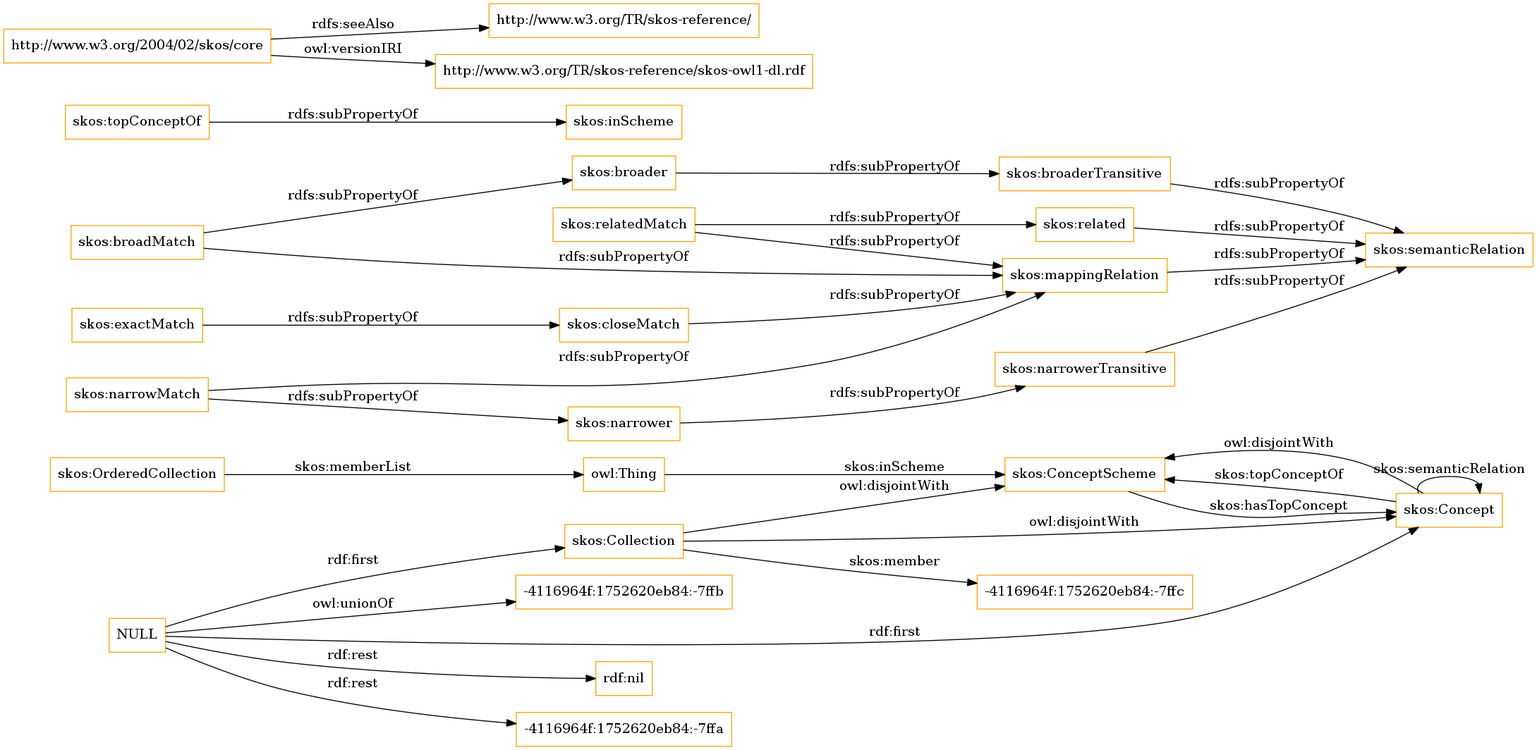
Before: OnToology/imports/skos.owl/diagrams/ar2dtool-class/skos.owl.png, a diagram exported from Graphviz (OnToologyUser/core-ontology-1). Its source is kept beside it as OnToology/imports/skos.owl/diagrams/ar2dtool-class/skos.owl.png.dot.
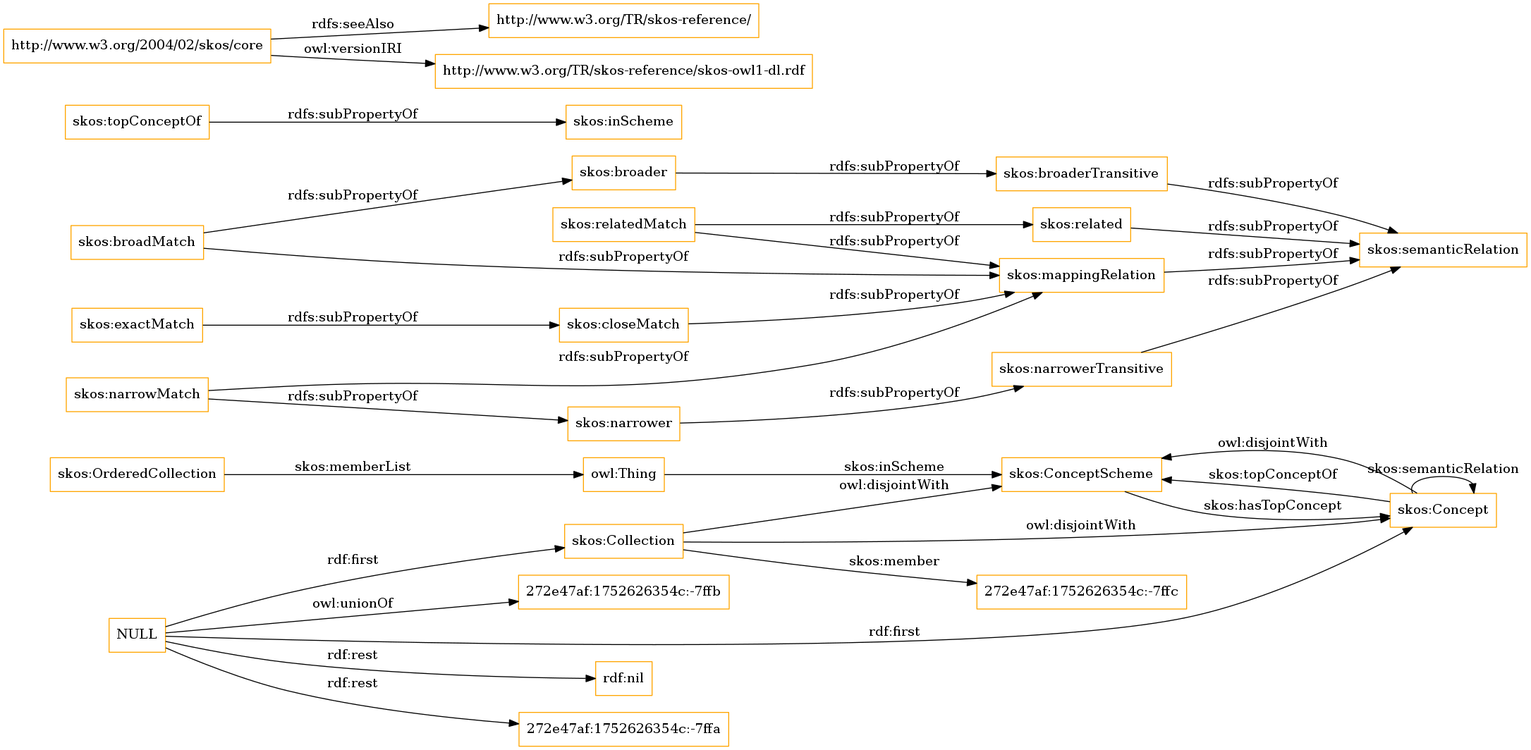
Above is the later version.

Diff of the diagram source:
```diff
@@ -1,13 +1,13 @@
 digraph ar2dtool_diagram {
 rankdir=LR;
 size="1501"
-node [shape = rectangle, color="orange"]; "skos:OrderedCollection" "skos:ConceptScheme" "skos:Concept" "skos:Collection" "-4116964f:1752620eb84:-7ffc" ; /*classes style*/
+node [shape = rectangle, color="orange"]; "skos:OrderedCollection" "skos:ConceptScheme" "skos:Concept" "skos:Collection" "272e47af:1752626354c:-7ffc" ; /*classes style*/
 	"skos:narrowerTransitive" -> "skos:semanticRelation" [ label = "rdfs:subPropertyOf" ];
 	"NULL" -> "rdf:nil" [ label = "rdf:rest" ];
 	"NULL" -> "skos:Concept" [ label = "rdf:first" ];
-	"NULL" -> "-4116964f:1752620eb84:-7ffa" [ label = "rdf:rest" ];
+	"NULL" -> "272e47af:1752626354c:-7ffa" [ label = "rdf:rest" ];
 	"NULL" -> "skos:Collection" [ label = "rdf:first" ];
-	"NULL" -> "-4116964f:1752620eb84:-7ffb" [ label = "owl:unionOf" ];
+	"NULL" -> "272e47af:1752626354c:-7ffb" [ label = "owl:unionOf" ];
 	"skos:closeMatch" -> "skos:mappingRelation" [ label = "rdfs:subPropertyOf" ];
 	"skos:Concept" -> "skos:ConceptScheme" [ label = "owl:disjointWith" ];
 	"skos:relatedMatch" -> "skos:related" [ label = "rdfs:subPropertyOf" ];
@@ -30,7 +30,7 @@
 	"skos:OrderedCollection" -> "owl:Thing" [ label = "skos:memberList" ];
 	"skos:Concept" -> "skos:ConceptScheme" [ label = "skos:topConceptOf" ];
 	"skos:Concept" -> "skos:Concept" [ label = "skos:semanticRelation" ];
-	"skos:Collection" -> "-4116964f:1752620eb84:-7ffc" [ label = "skos:member" ];
+	"skos:Collection" -> "272e47af:1752626354c:-7ffc" [ label = "skos:member" ];
 	"skos:ConceptScheme" -> "skos:Concept" [ label = "skos:hasTopConcept" ];
 	"owl:Thing" -> "skos:ConceptScheme" [ label = "skos:inScheme" ];
 
```
